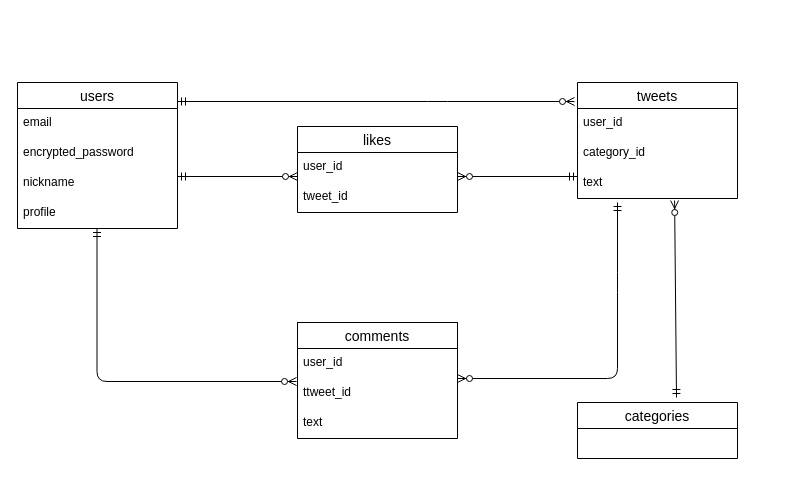
sryuri/camp-36995 keeps this draw.io diagram as camp.dio. Above is the earlier version. Source tidied: cells renumbered, new cells numbered last; positions are measured from the earlier drawing's top-left corner, leaving out a move shared by most shapes. Both pictures are drawn from the tidied source at 100%, with x=0, y=0 at pixel (17, 82).
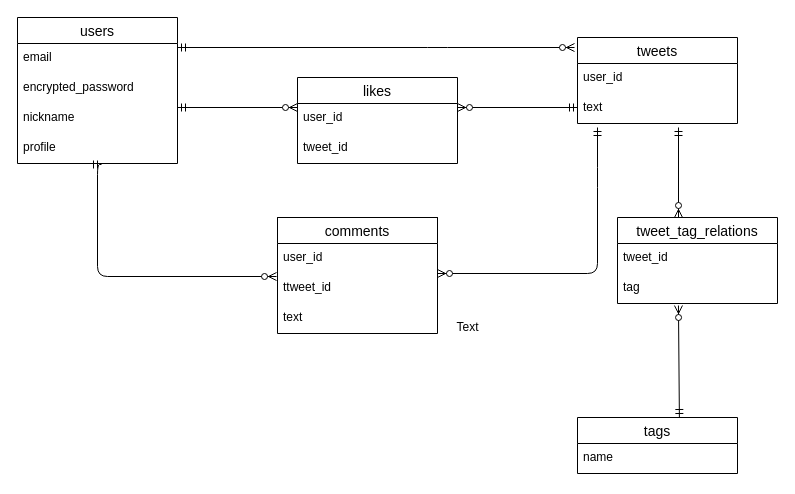
After the change.

The change refers to these unchanged cells:
```xml
<mxCell id="6" value="profile" style="text;strokeColor=none;fillColor=none;spacingLeft=4;spacingRight=4;overflow=hidden;points=[[0,0.5],[1,0.5]];portConstraint=eastwest;fontSize=12;" parent="2" vertex="1">
  <mxGeometry y="116" width="160" height="30" as="geometry" />
</mxCell>
<mxCell id="17" value="ttweet_id&#10;" style="text;strokeColor=none;fillColor=none;spacingLeft=4;spacingRight=4;overflow=hidden;points=[[0,0.5],[1,0.5]];portConstraint=eastwest;fontSize=12;" parent="14" vertex="1">
  <mxGeometry y="56" width="160" height="30" as="geometry" />
</mxCell>
```

Diff of the diagram source:
```diff
@@
     <mxCell id="2" value="users" style="swimlane;fontStyle=0;horizontal=1;startSize=26;align=center;fontSize=14;" parent="1" vertex="1">
-      <mxGeometry width="160" height="146" as="geometry" />
+      <mxGeometry y="-65" width="160" height="146" as="geometry" />
     </mxCell>
@@
     <mxCell id="7" value="tweets" style="swimlane;fontStyle=0;horizontal=1;startSize=26;align=center;fontSize=14;" parent="1" vertex="1">
-      <mxGeometry x="560" width="160" height="116" as="geometry" />
+      <mxGeometry x="560" y="-45" width="160" height="86" as="geometry" />
     </mxCell>
@@
-    <mxCell id="9" value="category_id" style="text;strokeColor=none;fillColor=none;spacingLeft=4;spacingRight=4;overflow=hidden;fontSize=12;" parent="7" vertex="1">
-      <mxGeometry y="56" width="160" height="30" as="geometry" />
-    </mxCell>
     <mxCell id="10" value="text" style="text;strokeColor=none;fillColor=none;spacingLeft=4;spacingRight=4;overflow=hidden;fontSize=12;" parent="7" vertex="1">
-      <mxGeometry y="86" width="160" height="30" as="geometry" />
+      <mxGeometry y="56" width="160" height="30" as="geometry" />
     </mxCell>
     <mxCell id="11" value="likes" style="swimlane;fontStyle=0;horizontal=1;startSize=26;align=center;fontSize=14;" parent="1" vertex="1">
-      <mxGeometry x="280" y="44" width="160" height="86" as="geometry" />
+      <mxGeometry x="280" y="-5" width="160" height="86" as="geometry" />
     </mxCell>
@@
     <mxCell id="14" value="comments" style="swimlane;fontStyle=0;horizontal=1;startSize=26;align=center;fontSize=14;" parent="1" vertex="1">
-      <mxGeometry x="280" y="240" width="160" height="116" as="geometry" />
+      <mxGeometry x="260" y="135" width="160" height="116" as="geometry" />
     </mxCell>
@@
-    <mxCell id="16" style="edgeStyle=orthogonalEdgeStyle;fontSize=12;html=1;endArrow=ERzeroToMany;startArrow=ERmandOne;entryX=-0.006;entryY=0.1;entryDx=0;entryDy=0;entryPerimeter=0;" parent="14" edge="1">
-      <mxGeometry relative="1" as="geometry">
-        <mxPoint x="320" y="-120" as="sourcePoint" />
-        <mxPoint x="160" y="56" as="targetPoint" />
-        <Array as="points">
-          <mxPoint x="320" y="-40" />
-          <mxPoint x="320" y="56" />
-        </Array>
-      </mxGeometry>
-    </mxCell>
@@
-    <mxCell id="19" value="categories" style="swimlane;fontStyle=0;horizontal=1;startSize=26;align=center;fontSize=14;" parent="1" vertex="1">
-      <mxGeometry x="560" y="320" width="160" height="56" as="geometry" />
+    <mxCell id="19" value="tags" style="swimlane;fontStyle=0;horizontal=1;startSize=26;align=center;fontSize=14;" parent="1" vertex="1">
+      <mxGeometry x="560" y="335" width="160" height="56" as="geometry" />
     </mxCell>
+    <mxCell id="27" value="name" style="text;strokeColor=none;fillColor=none;spacingLeft=4;spacingRight=4;overflow=hidden;fontSize=12;" parent="19" vertex="1">
+      <mxGeometry y="26" width="160" height="30" as="geometry" />
+    </mxCell>
     <mxCell id="20" style="endArrow=none;html=1;rounded=0;" parent="1" edge="1">
       <mxGeometry relative="1" as="geometry">
-        <mxPoint x="280" y="240" as="sourcePoint" />
-        <mxPoint x="440" y="240" as="targetPoint" />
+        <mxPoint x="260" y="135" as="sourcePoint" />
+        <mxPoint x="420" y="135" as="targetPoint" />
       </mxGeometry>
     </mxCell>
     <mxCell id="21" style="endArrow=none;html=1;rounded=0;" parent="1" edge="1">
       <mxGeometry relative="1" as="geometry">
-        <mxPoint x="280" y="240" as="sourcePoint" />
-        <mxPoint x="440" y="240" as="targetPoint" />
+        <mxPoint x="260" y="135" as="sourcePoint" />
+        <mxPoint x="420" y="135" as="targetPoint" />
       </mxGeometry>
     </mxCell>
-    <mxCell id="22" style="edgeStyle=orthogonalEdgeStyle;fontSize=12;html=1;endArrow=ERzeroToMany;startArrow=ERmandOne;entryX=-0.006;entryY=0.1;entryDx=0;entryDy=0;entryPerimeter=0;" parent="1" edge="1" target="17">
+    <mxCell id="22" style="edgeStyle=orthogonalEdgeStyle;fontSize=12;html=1;endArrow=ERzeroToMany;startArrow=ERmandOne;entryX=-0.006;entryY=0.1;entryDx=0;entryDy=0;entryPerimeter=0;exitX=0.525;exitY=1.033;exitDx=0;exitDy=0;exitPerimeter=0;" parent="1" edge="1" source="6" target="17">
       <mxGeometry relative="1" as="geometry">
-        <mxPoint x="79.5" y="146" as="sourcePoint" />
         <Array as="points">
-          <mxPoint x="80" y="299" />
+          <mxPoint x="80" y="82" />
+          <mxPoint x="80" y="194" />
         </Array>
       </mxGeometry>
     </mxCell>
     <mxCell id="23" style="fontSize=12;html=1;endArrow=ERzeroToMany;startArrow=ERmandOne;" parent="1" edge="1">
       <mxGeometry relative="1" as="geometry">
-        <mxPoint x="560" y="94" as="sourcePoint" />
-        <mxPoint x="440" y="94" as="targetPoint" />
+        <mxPoint x="560" y="25" as="sourcePoint" />
+        <mxPoint x="440" y="25" as="targetPoint" />
       </mxGeometry>
     </mxCell>
     <mxCell id="24" style="fontSize=12;html=1;endArrow=ERzeroToMany;startArrow=ERmandOne;" parent="1" edge="1">
       <mxGeometry relative="1" as="geometry">
-        <mxPoint x="160" y="94" as="sourcePoint" />
-        <mxPoint x="280" y="94" as="targetPoint" />
+        <mxPoint x="160" y="25" as="sourcePoint" />
+        <mxPoint x="280" y="25" as="targetPoint" />
       </mxGeometry>
     </mxCell>
     <mxCell id="25" style="fontSize=12;html=1;endArrow=ERzeroToMany;startArrow=ERmandOne;entryX=-0.019;entryY=0.3;entryDx=0;entryDy=0;entryPerimeter=0;" parent="1" edge="1">
       <mxGeometry relative="1" as="geometry">
-        <mxPoint x="160" y="19" as="sourcePoint" />
-        <mxPoint x="557" y="19" as="targetPoint" />
+        <mxPoint x="160" y="-35" as="sourcePoint" />
+        <mxPoint x="557" y="-35" as="targetPoint" />
         <Array as="points">
-          <mxPoint x="420" y="19" />
+          <mxPoint x="420" y="-35" />
         </Array>
       </mxGeometry>
     </mxCell>
-    <mxCell id="26" style="fontSize=12;html=1;endArrow=ERzeroToMany;startArrow=ERmandOne;entryX=0.488;entryY=1.067;entryDx=0;entryDy=0;entryPerimeter=0;" parent="1" edge="1">
+    <mxCell id="26" style="fontSize=12;html=1;endArrow=ERzeroToMany;startArrow=ERmandOne;entryX=0.381;entryY=1.067;entryDx=0;entryDy=0;entryPerimeter=0;" parent="1" edge="1" target="30">
       <mxGeometry relative="1" as="geometry">
-        <mxPoint x="659" y="315" as="sourcePoint" />
-        <mxPoint x="657.1" y="118" as="targetPoint" />
+        <mxPoint x="661.9" y="335" as="sourcePoint" />
       </mxGeometry>
     </mxCell>
+    <mxCell id="16" style="edgeStyle=orthogonalEdgeStyle;fontSize=12;html=1;endArrow=ERzeroToMany;startArrow=ERmandOne;entryX=-0.006;entryY=0.1;entryDx=0;entryDy=0;entryPerimeter=0;" parent="1" edge="1">
+      <mxGeometry relative="1" as="geometry">
+        <mxPoint x="580" y="45" as="sourcePoint" />
+        <mxPoint x="420" y="191" as="targetPoint" />
+        <Array as="points">
+          <mxPoint x="580" y="95" />
+          <mxPoint x="580" y="191" />
+        </Array>
+      </mxGeometry>
+    </mxCell>
+    <mxCell id="28" value="tweet_tag_relations" style="swimlane;fontStyle=0;horizontal=1;startSize=26;align=center;fontSize=14;" parent="1" vertex="1">
+      <mxGeometry x="600" y="135" width="160" height="86" as="geometry" />
+    </mxCell>
+    <mxCell id="29" value="tweet_id" style="text;strokeColor=none;fillColor=none;spacingLeft=4;spacingRight=4;overflow=hidden;fontSize=12;" parent="28" vertex="1">
+      <mxGeometry y="26" width="160" height="30" as="geometry" />
+    </mxCell>
+    <mxCell id="30" value="tag" style="text;strokeColor=none;fillColor=none;spacingLeft=4;spacingRight=4;overflow=hidden;points=[[0,0.5],[1,0.5]];portConstraint=eastwest;fontSize=12;" parent="28" vertex="1">
+      <mxGeometry y="56" width="160" height="30" as="geometry" />
+    </mxCell>
+    <mxCell id="31" value="Text" style="text;html=1;align=center;verticalAlign=middle;strokeColor=none;" parent="1" vertex="1">
+      <mxGeometry x="430" y="235" width="40" height="20" as="geometry" />
+    </mxCell>
+    <mxCell id="32" style="fontSize=12;html=1;endArrow=ERzeroToMany;startArrow=ERmandOne;entryX=0.381;entryY=1.067;entryDx=0;entryDy=0;entryPerimeter=0;" parent="1" edge="1">
+      <mxGeometry relative="1" as="geometry">
+        <mxPoint x="661" y="45" as="sourcePoint" />
+        <mxPoint x="661" y="135" as="targetPoint" />
+      </mxGeometry>
+    </mxCell>
```
